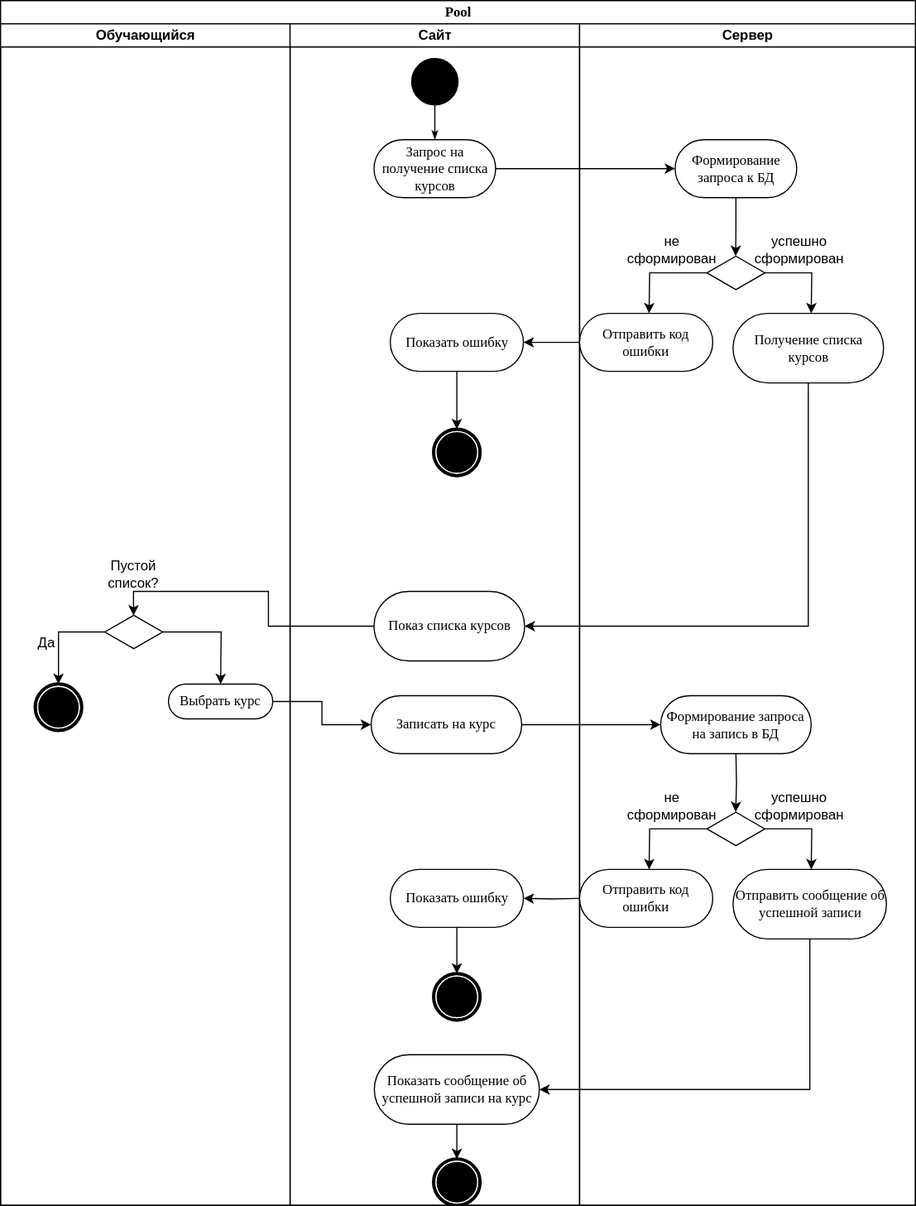
eencoree/CourseNavigator keeps this draw.io diagram as functional_requirements/following_course.svg. Above is the earlier version. Source tidied: cells renumbered, new cells last; positions are measured from the earlier drawing's top-left corner, leaving out a move shared by most shapes.
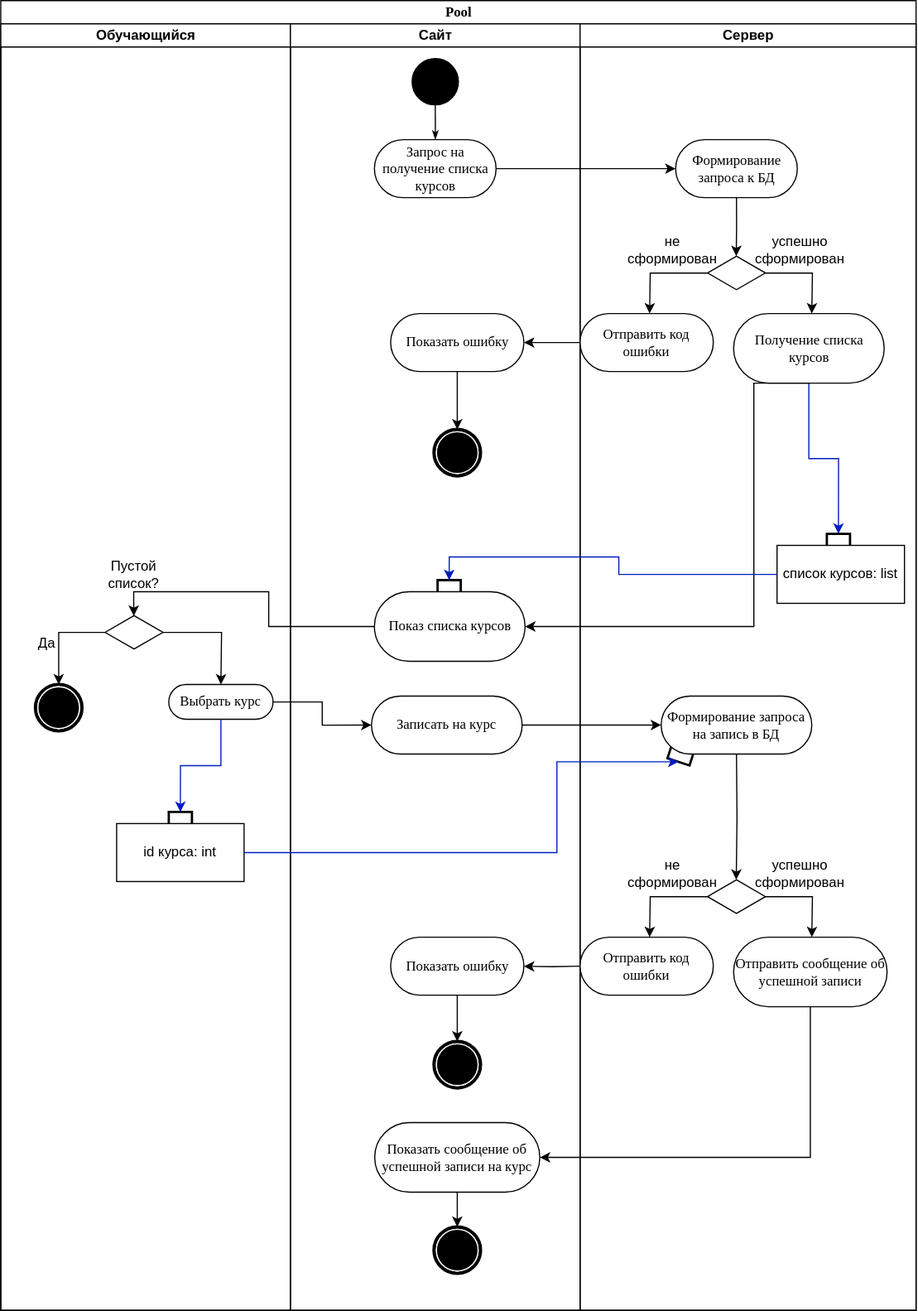
Later version of the same file.

Change to the diagram source:
```diff
@@ -3,10 +3,10 @@
     <mxCell id="0" />
     <mxCell id="1" parent="0" />
     <mxCell id="2" value="Pool" style="swimlane;html=1;startSize=20;rounded=0;shadow=0;comic=0;labelBackgroundColor=none;strokeWidth=1;fontFamily=Verdana;fontSize=12;align=center;" parent="1" vertex="1">
-      <mxGeometry width="790" height="1040" as="geometry" />
+      <mxGeometry width="790" height="1130" as="geometry" />
     </mxCell>
     <mxCell id="3" value="Обучающийся" style="swimlane;html=1;startSize=20;" parent="2" vertex="1">
-      <mxGeometry y="20" width="250" height="1020" as="geometry" />
+      <mxGeometry y="20" width="250" height="1110" as="geometry" />
     </mxCell>
     <mxCell id="4" style="edgeStyle=orthogonalEdgeStyle;rounded=0;jettySize=auto;html=1;entryX=0.5;entryY=0;entryDx=0;entryDy=0;" parent="3" edge="1" source="6" target="8">
       <mxGeometry relative="1" as="geometry" />
@@ -31,8 +31,17 @@
     <mxCell id="10" value="Выбрать курс" style="rounded=1;whiteSpace=wrap;html=1;shadow=0;comic=0;labelBackgroundColor=none;strokeWidth=1;fontFamily=Verdana;fontSize=12;align=center;arcSize=50;" parent="3" vertex="1">
       <mxGeometry x="145" y="570" width="90" height="30" as="geometry" />
     </mxCell>
+    <mxCell id="53" value="id курса: int" style="html=1;whiteSpace=wrap;" parent="3" vertex="1">
+      <mxGeometry x="100" y="690" width="110" height="50" as="geometry" />
+    </mxCell>
+    <mxCell id="54" style="strokeWidth=2;html=1;shape=mxgraph.flowchart.annotation_1;align=left;rotation=90;" parent="3" vertex="1">
+      <mxGeometry x="150" y="675" width="10" height="20" as="geometry" />
+    </mxCell>
+    <mxCell id="55" style="edgeStyle=orthogonalEdgeStyle;rounded=0;jettySize=auto;html=1;exitX=0.5;exitY=1;exitDx=0;exitDy=0;entryX=0;entryY=0.5;entryDx=0;entryDy=0;entryPerimeter=0;fillColor=#0050ef;strokeColor=#001DBC;" parent="3" edge="1" source="10" target="54">
+      <mxGeometry relative="1" as="geometry" />
+    </mxCell>
     <mxCell id="11" value="Сайт" style="swimlane;html=1;startSize=20;" parent="2" vertex="1">
-      <mxGeometry x="250" y="20" width="250" height="1020" as="geometry" />
+      <mxGeometry x="250" y="20" width="250" height="1110" as="geometry" />
     </mxCell>
     <mxCell id="12" style="ellipse;whiteSpace=wrap;html=1;rounded=0;shadow=0;comic=0;labelBackgroundColor=none;strokeWidth=1;fillColor=#000000;fontFamily=Verdana;fontSize=12;align=center;" parent="11" vertex="1">
       <mxGeometry x="105" y="30" width="40" height="40" as="geometry" />
@@ -59,31 +68,37 @@
       <mxGeometry x="70" y="580" width="130" height="50" as="geometry" />
     </mxCell>
     <mxCell id="20" value="Показать ошибку" style="rounded=1;whiteSpace=wrap;html=1;shadow=0;comic=0;labelBackgroundColor=none;strokeWidth=1;fontFamily=Verdana;fontSize=12;align=center;arcSize=50;" parent="11" vertex="1">
-      <mxGeometry x="86.5" y="730" width="115" height="50" as="geometry" />
+      <mxGeometry x="86.5" y="788" width="115" height="50" as="geometry" />
     </mxCell>
     <mxCell id="21" style="shape=mxgraph.bpmn.shape;html=1;verticalLabelPosition=bottom;labelBackgroundColor=#ffffff;verticalAlign=top;perimeter=ellipsePerimeter;outline=end;symbol=terminate;rounded=0;shadow=0;comic=0;strokeWidth=1;fontFamily=Verdana;fontSize=12;align=center;" parent="11" vertex="1">
-      <mxGeometry x="124" y="820" width="40" height="40" as="geometry" />
+      <mxGeometry x="124" y="878" width="40" height="40" as="geometry" />
     </mxCell>
     <mxCell id="22" style="edgeStyle=orthogonalEdgeStyle;rounded=0;jettySize=auto;html=1;entryX=0.5;entryY=0;entryDx=0;entryDy=0;" parent="11" edge="1" source="20" target="21">
       <mxGeometry relative="1" as="geometry" />
     </mxCell>
     <mxCell id="23" style="edgeStyle=orthogonalEdgeStyle;rounded=0;jettySize=auto;html=1;" parent="11" edge="1" target="20">
       <mxGeometry relative="1" as="geometry">
-        <mxPoint x="250" y="755" as="sourcePoint" />
+        <mxPoint x="250" y="813" as="sourcePoint" />
       </mxGeometry>
     </mxCell>
     <mxCell id="24" style="edgeStyle=orthogonalEdgeStyle;rounded=0;jettySize=auto;html=1;exitX=0.5;exitY=1;exitDx=0;exitDy=0;entryX=0.5;entryY=0;entryDx=0;entryDy=0;" parent="11" edge="1" source="25" target="26">
       <mxGeometry relative="1" as="geometry" />
     </mxCell>
     <mxCell id="25" value="Показать сообщение об успешной записи на курс" style="rounded=1;whiteSpace=wrap;html=1;shadow=0;comic=0;labelBackgroundColor=none;strokeWidth=1;fontFamily=Verdana;fontSize=12;align=center;arcSize=50;" parent="11" vertex="1">
-      <mxGeometry x="72.8" y="890" width="142.5" height="60" as="geometry" />
+      <mxGeometry x="72.8" y="948" width="142.5" height="60" as="geometry" />
     </mxCell>
     <mxCell id="26" style="shape=mxgraph.bpmn.shape;html=1;verticalLabelPosition=bottom;labelBackgroundColor=#ffffff;verticalAlign=top;perimeter=ellipsePerimeter;outline=end;symbol=terminate;rounded=0;shadow=0;comic=0;strokeWidth=1;fontFamily=Verdana;fontSize=12;align=center;" parent="11" vertex="1">
-      <mxGeometry x="124" y="980" width="40" height="40" as="geometry" />
+      <mxGeometry x="124" y="1038" width="40" height="40" as="geometry" />
     </mxCell>
+    <mxCell id="56" style="strokeWidth=2;html=1;shape=mxgraph.flowchart.annotation_1;align=left;rotation=90;" parent="11" vertex="1">
+      <mxGeometry x="132" y="475" width="10" height="20" as="geometry" />
+    </mxCell>
     <mxCell id="27" value="Сервер" style="swimlane;html=1;startSize=20;" parent="2" vertex="1">
-      <mxGeometry x="500" y="20" width="290" height="1020" as="geometry" />
+      <mxGeometry x="500" y="20" width="290" height="1110" as="geometry" />
     </mxCell>
+    <mxCell id="57" style="edgeStyle=orthogonalEdgeStyle;rounded=0;jettySize=auto;html=1;fillColor=#0050ef;strokeColor=#001DBC;entryX=0;entryY=0.5;entryDx=0;entryDy=0;entryPerimeter=0;" parent="27" edge="1" source="28" target="59">
+      <mxGeometry relative="1" as="geometry" />
+    </mxCell>
     <mxCell id="28" value="Получение списка курсов" style="rounded=1;whiteSpace=wrap;html=1;shadow=0;comic=0;labelBackgroundColor=none;strokeWidth=1;fontFamily=Verdana;fontSize=12;align=center;arcSize=50;" parent="27" vertex="1">
       <mxGeometry x="132.5" y="250" width="130" height="60" as="geometry" />
     </mxCell>
@@ -120,25 +135,25 @@
     </mxCell>
     <mxCell id="38" style="edgeStyle=orthogonalEdgeStyle;rounded=0;jettySize=auto;html=1;" parent="27" edge="1" source="40">
       <mxGeometry relative="1" as="geometry">
-        <mxPoint x="60" y="730" as="targetPoint" />
+        <mxPoint x="60" y="788" as="targetPoint" />
       </mxGeometry>
     </mxCell>
     <mxCell id="39" style="edgeStyle=orthogonalEdgeStyle;rounded=0;jettySize=auto;html=1;" parent="27" edge="1" source="40">
       <mxGeometry relative="1" as="geometry">
-        <mxPoint x="200" y="730" as="targetPoint" />
+        <mxPoint x="200" y="788" as="targetPoint" />
       </mxGeometry>
     </mxCell>
     <mxCell id="40" style="html=1;whiteSpace=wrap;shape=isoRectangle;" parent="27" vertex="1">
-      <mxGeometry x="110" y="680" width="50" height="30" as="geometry" />
+      <mxGeometry x="110" y="738" width="50" height="30" as="geometry" />
     </mxCell>
     <mxCell id="41" value="успешно сформирован" style="text;html=1;strokeColor=none;fillColor=none;align=center;verticalAlign=middle;whiteSpace=wrap;rounded=0;" parent="27" vertex="1">
-      <mxGeometry x="160" y="660" width="60" height="30" as="geometry" />
+      <mxGeometry x="160" y="718" width="60" height="30" as="geometry" />
     </mxCell>
     <mxCell id="42" value="не сформирован" style="text;html=1;strokeColor=none;fillColor=none;align=center;verticalAlign=middle;whiteSpace=wrap;rounded=0;" parent="27" vertex="1">
-      <mxGeometry x="50" y="660" width="60" height="30" as="geometry" />
+      <mxGeometry x="50" y="718" width="60" height="30" as="geometry" />
     </mxCell>
     <mxCell id="43" value="Отправить код ошибки" style="rounded=1;whiteSpace=wrap;html=1;shadow=0;comic=0;labelBackgroundColor=none;strokeWidth=1;fontFamily=Verdana;fontSize=12;align=center;arcSize=50;" parent="27" vertex="1">
-      <mxGeometry y="730" width="115" height="50" as="geometry" />
+      <mxGeometry y="788" width="115" height="50" as="geometry" />
     </mxCell>
     <mxCell id="44" style="edgeStyle=orthogonalEdgeStyle;rounded=0;jettySize=auto;html=1;exitX=0.5;exitY=1;exitDx=0;exitDy=0;entryX=0.496;entryY=0.013;entryDx=0;entryDy=0;entryPerimeter=0;" parent="27" edge="1" target="40">
       <mxGeometry relative="1" as="geometry">
@@ -146,8 +161,17 @@
       </mxGeometry>
     </mxCell>
     <mxCell id="45" value="Отправить сообщение об успешной записи" style="rounded=1;whiteSpace=wrap;html=1;shadow=0;comic=0;labelBackgroundColor=none;strokeWidth=1;fontFamily=Verdana;fontSize=12;align=center;arcSize=50;" parent="27" vertex="1">
-      <mxGeometry x="132.5" y="730" width="132.5" height="60" as="geometry" />
+      <mxGeometry x="132.5" y="788" width="132.5" height="60" as="geometry" />
     </mxCell>
+    <mxCell id="58" value="список курсов: list" style="html=1;whiteSpace=wrap;" parent="27" vertex="1">
+      <mxGeometry x="170" y="450" width="110" height="50" as="geometry" />
+    </mxCell>
+    <mxCell id="59" style="strokeWidth=2;html=1;shape=mxgraph.flowchart.annotation_1;align=left;rotation=90;" parent="27" vertex="1">
+      <mxGeometry x="218" y="435" width="10" height="20" as="geometry" />
+    </mxCell>
+    <mxCell id="60" style="strokeWidth=2;html=1;shape=mxgraph.flowchart.annotation_1;align=left;rotation=-72;" parent="27" vertex="1">
+      <mxGeometry x="81.5" y="622" width="10" height="20" as="geometry" />
+    </mxCell>
     <mxCell id="46" style="edgeStyle=orthogonalEdgeStyle;rounded=0;jettySize=auto;html=1;exitX=1;exitY=0.5;exitDx=0;exitDy=0;" parent="2" edge="1" source="13" target="29">
       <mxGeometry relative="1" as="geometry" />
     </mxCell>
@@ -155,7 +179,12 @@
       <mxGeometry relative="1" as="geometry" />
     </mxCell>
     <mxCell id="48" style="edgeStyle=orthogonalEdgeStyle;rounded=0;jettySize=auto;html=1;exitX=0.5;exitY=1;exitDx=0;exitDy=0;entryX=1;entryY=0.5;entryDx=0;entryDy=0;" parent="2" edge="1" source="28" target="18">
-      <mxGeometry relative="1" as="geometry" />
+      <mxGeometry relative="1" as="geometry">
+        <Array as="points">
+          <mxPoint x="650" y="330" />
+          <mxPoint x="650" y="540" />
+        </Array>
+      </mxGeometry>
     </mxCell>
     <mxCell id="49" style="edgeStyle=orthogonalEdgeStyle;rounded=0;jettySize=auto;html=1;entryX=0.496;entryY=0.027;entryDx=0;entryDy=0;entryPerimeter=0;" parent="2" edge="1" source="18" target="6">
       <mxGeometry relative="1" as="geometry" />
@@ -169,9 +198,20 @@
     <mxCell id="52" style="edgeStyle=orthogonalEdgeStyle;rounded=0;jettySize=auto;html=1;entryX=1;entryY=0.5;entryDx=0;entryDy=0;" parent="2" edge="1" source="45" target="25">
       <mxGeometry relative="1" as="geometry">
         <Array as="points">
-          <mxPoint x="699" y="940" />
+          <mxPoint x="699" y="998" />
         </Array>
       </mxGeometry>
     </mxCell>
+    <mxCell id="61" style="edgeStyle=orthogonalEdgeStyle;rounded=0;jettySize=auto;html=1;entryX=0;entryY=0.5;entryDx=0;entryDy=0;entryPerimeter=0;fillColor=#0050ef;strokeColor=#001DBC;" parent="2" edge="1" source="58" target="56">
+      <mxGeometry relative="1" as="geometry" />
+    </mxCell>
+    <mxCell id="62" style="edgeStyle=orthogonalEdgeStyle;rounded=0;jettySize=auto;html=1;entryX=0;entryY=0.5;entryDx=0;entryDy=0;entryPerimeter=0;fillColor=#0050ef;strokeColor=#001DBC;" parent="2" edge="1" source="53" target="60">
+      <mxGeometry relative="1" as="geometry">
+        <Array as="points">
+          <mxPoint x="480" y="735" />
+          <mxPoint x="480" y="657" />
+        </Array>
+      </mxGeometry>
+    </mxCell>
   </root>
 </mxGraphModel>
```
